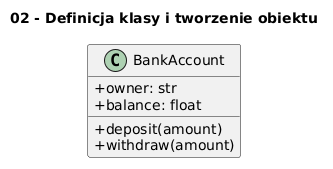
The PlantUML diagram src/_04-classes/02-class-definition-and-object-creation/diagrams/topic_02.png in tborzyszkowski/python-programming, before a commit.
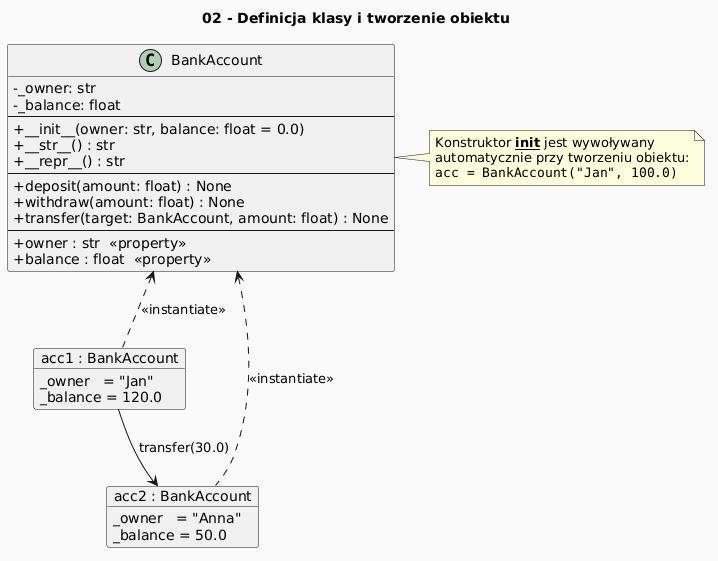
Above is the later version.

Change to the diagram source:
```diff
@@ -1,10 +1,42 @@
 @startuml
 skinparam classAttributeIconSize 0
-        title 02 - Definicja klasy i tworzenie obiektu
-        class BankAccount {
-  +owner: str
-  +balance: float
-  +deposit(amount)
-  +withdraw(amount)
+skinparam backgroundColor #FAFAFA
+title 02 - Definicja klasy i tworzenie obiektu
+
+class BankAccount {
+  - _owner: str
+  - _balance: float
+  --
+  + __init__(owner: str, balance: float = 0.0)
+  + __str__() : str
+  + __repr__() : str
+  --
+  + deposit(amount: float) : None
+  + withdraw(amount: float) : None
+  + transfer(target: BankAccount, amount: float) : None
+  --
+  + owner : str  <<property>>
+  + balance : float  <<property>>
 }
+
+note right of BankAccount
+  Konstruktor **__init__** jest wywoływany
+  automatycznie przy tworzeniu obiektu:
+  ""acc = BankAccount("Jan", 100.0)""
+end note
+
+object "acc1 : BankAccount" as acc1 {
+  _owner   = "Jan"
+  _balance = 120.0
+}
+
+object "acc2 : BankAccount" as acc2 {
+  _owner   = "Anna"
+  _balance = 50.0
+}
+
+BankAccount <.. acc1 : <<instantiate>>
+BankAccount <.. acc2 : <<instantiate>>
+
+acc1 --> acc2 : transfer(30.0)
 @enduml
```
